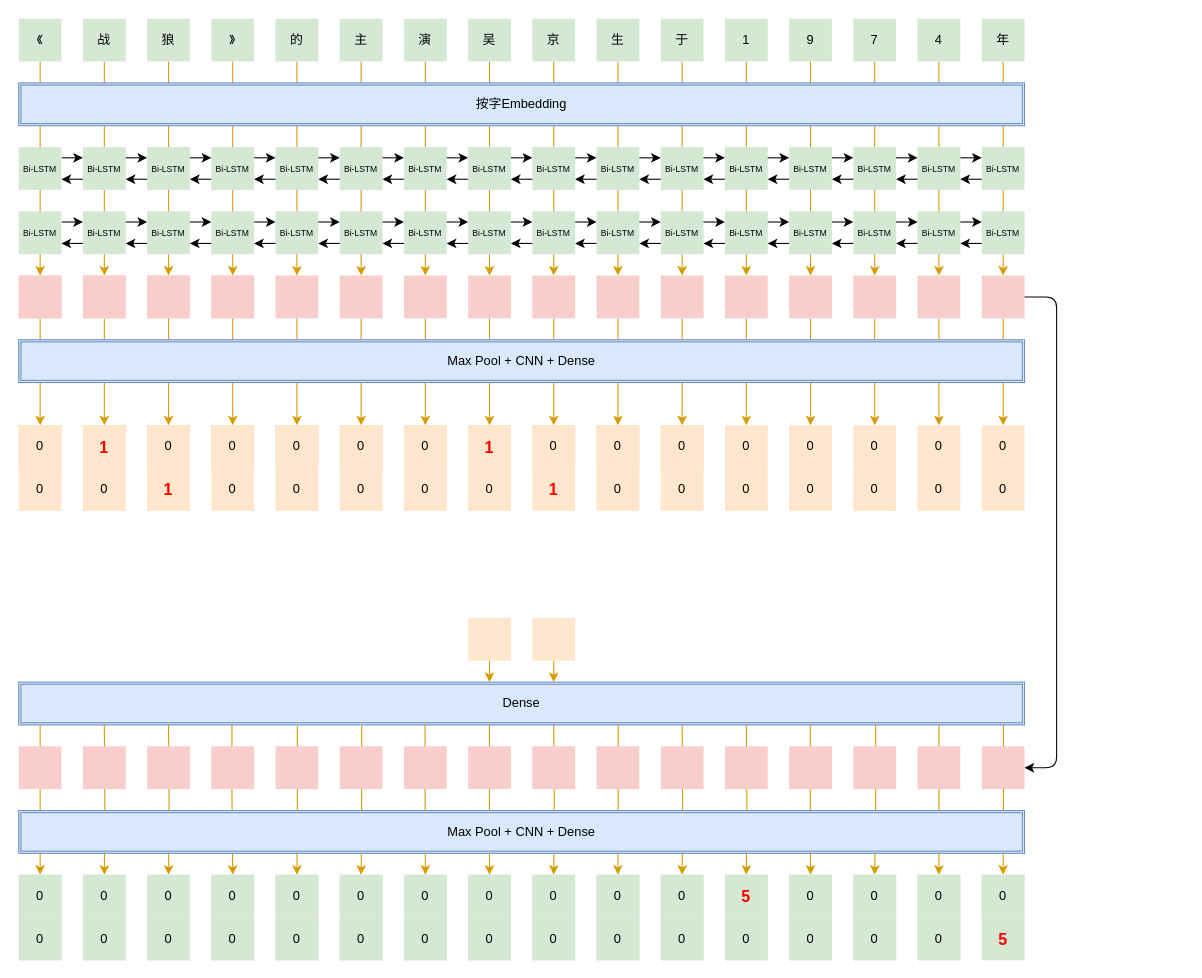
The draw.io diagram 99_resources/11_img/Untitled Diagram.drawio in dataml-cn/playground, before the edit. Source tidied: cells renumbered, new cells numbered last; positions are measured from the earlier drawing's top-left corner, leaving out a move shared by most shapes. Both pictures are drawn from the tidied source at 107%, with x=0, y=0 at pixel (18, 18).
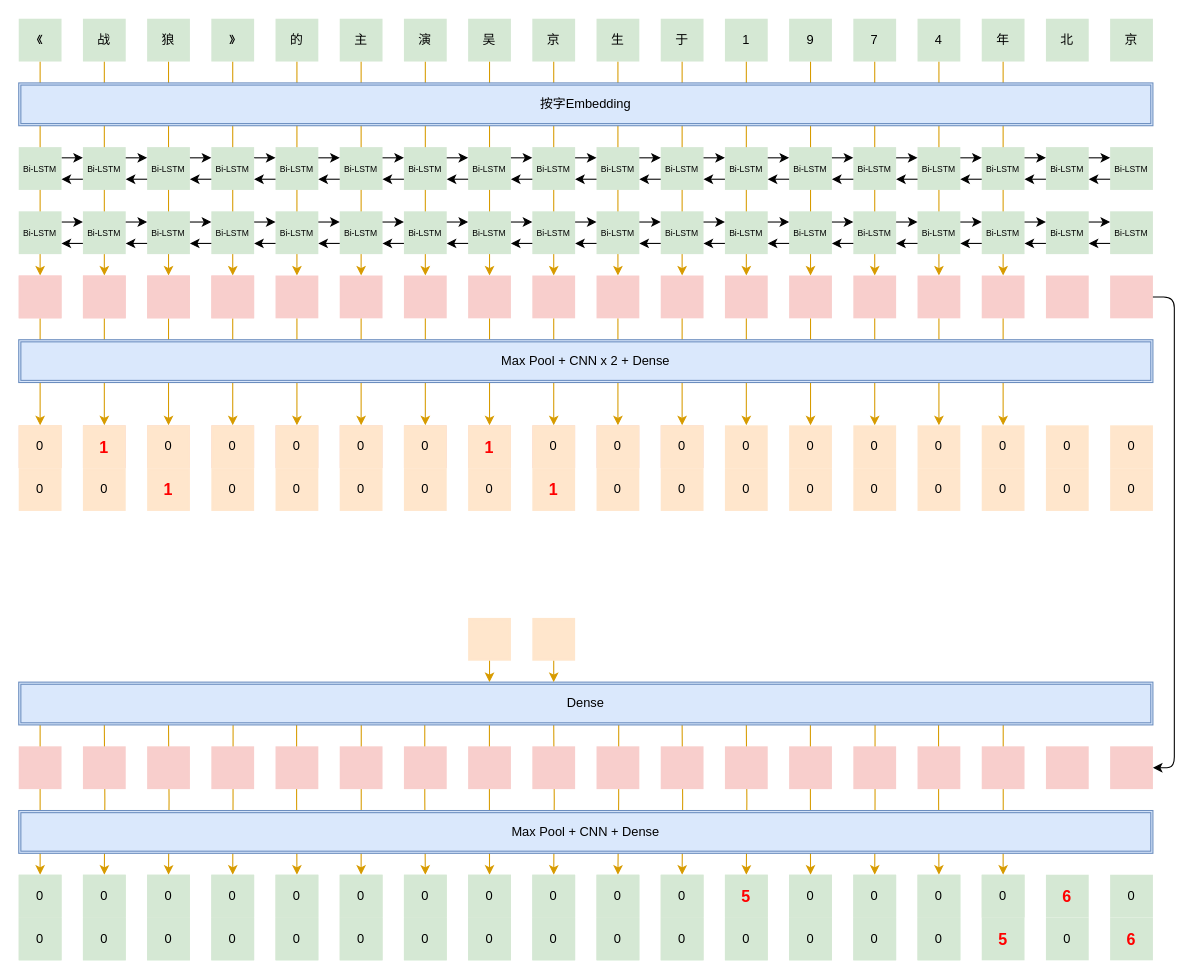
After the change.

The change refers to these unchanged cells:
```xml
<mxCell id="78" value="&lt;span style=&quot;font-size: 8px&quot;&gt;Bi-LSTM&lt;/span&gt;" style="shape=ext;double=1;rounded=0;whiteSpace=wrap;html=1;fillColor=#d5e8d4;strokeColor=none;" parent="1" vertex="1">
  <mxGeometry x="900" y="120" width="40" height="40" as="geometry" />
</mxCell>
<mxCell id="125" value="&lt;span style=&quot;font-size: 8px&quot;&gt;Bi-LSTM&lt;/span&gt;" style="shape=ext;double=1;rounded=0;whiteSpace=wrap;html=1;fillColor=#d5e8d4;strokeColor=none;" parent="1" vertex="1">
  <mxGeometry x="900" y="180" width="40" height="40" as="geometry" />
</mxCell>
<mxCell id="174" style="shape=ext;double=1;rounded=0;whiteSpace=wrap;html=1;fillColor=#f8cecc;strokeColor=none;" parent="1" vertex="1">
  <mxGeometry x="900" y="240" width="40" height="40" as="geometry" />
</mxCell>
<mxCell id="190" style="shape=ext;double=1;rounded=0;whiteSpace=wrap;html=1;fillColor=#f8cecc;strokeColor=none;" parent="1" vertex="1">
  <mxGeometry x="900" y="680" width="40" height="40" as="geometry" />
</mxCell>
<mxCell id="285" value="0" style="shape=ext;double=1;rounded=0;whiteSpace=wrap;html=1;fillColor=#d5e8d4;strokeColor=none;" parent="1" vertex="1">
  <mxGeometry x="180" y="800" width="40" height="40" as="geometry" />
</mxCell>
<mxCell id="287" value="0" style="shape=ext;double=1;rounded=0;whiteSpace=wrap;html=1;fillColor=#d5e8d4;strokeColor=none;" parent="1" vertex="1">
  <mxGeometry x="240" y="800" width="40" height="40" as="geometry" />
</mxCell>
<mxCell id="289" value="0" style="shape=ext;double=1;rounded=0;whiteSpace=wrap;html=1;fillColor=#d5e8d4;strokeColor=none;" parent="1" vertex="1">
  <mxGeometry x="300" y="800" width="40" height="40" as="geometry" />
</mxCell>
<mxCell id="291" value="0" style="shape=ext;double=1;rounded=0;whiteSpace=wrap;html=1;fillColor=#d5e8d4;strokeColor=none;" parent="1" vertex="1">
  <mxGeometry x="360" y="800" width="40" height="40" as="geometry" />
</mxCell>
<mxCell id="293" value="0" style="shape=ext;double=1;rounded=0;whiteSpace=wrap;html=1;fillColor=#d5e8d4;strokeColor=none;" parent="1" vertex="1">
  <mxGeometry x="420" y="800" width="40" height="40" as="geometry" />
</mxCell>
<mxCell id="297" value="0" style="shape=ext;double=1;rounded=0;whiteSpace=wrap;html=1;fillColor=#d5e8d4;strokeColor=none;" parent="1" vertex="1">
  <mxGeometry x="540" y="800" width="40" height="40" as="geometry" />
</mxCell>
<mxCell id="303" value="0" style="shape=ext;double=1;rounded=0;whiteSpace=wrap;html=1;fillColor=#d5e8d4;strokeColor=none;" parent="1" vertex="1">
  <mxGeometry x="720" y="800" width="40" height="40" as="geometry" />
</mxCell>
<mxCell id="305" value="0" style="shape=ext;double=1;rounded=0;whiteSpace=wrap;html=1;fillColor=#d5e8d4;strokeColor=none;" parent="1" vertex="1">
  <mxGeometry x="780" y="800" width="40" height="40" as="geometry" />
</mxCell>
<mxCell id="307" value="0" style="shape=ext;double=1;rounded=0;whiteSpace=wrap;html=1;fillColor=#d5e8d4;strokeColor=none;" parent="1" vertex="1">
  <mxGeometry x="840" y="800" width="40" height="40" as="geometry" />
</mxCell>
<mxCell id="309" value="0" style="shape=ext;double=1;rounded=0;whiteSpace=wrap;html=1;fillColor=#d5e8d4;strokeColor=none;" parent="1" vertex="1">
  <mxGeometry x="900" y="800" width="40" height="40" as="geometry" />
</mxCell>
```

What changed in the source:
```diff
@@
-    <mxCell id="3" style="edgeStyle=orthogonalEdgeStyle;rounded=0;jettySize=auto;html=1;fillColor=#ffe6cc;strokeColor=#d79b00;exitX=0.596;exitY=1;exitDx=0;exitDy=0;exitPerimeter=0;" parent="1" edge="1" source="243" target="297">
+    <mxCell id="3" style="edgeStyle=orthogonalEdgeStyle;rounded=0;jettySize=auto;html=1;fillColor=#ffe6cc;strokeColor=#d79b00;exitX=0.529;exitY=0.995;exitDx=0;exitDy=0;exitPerimeter=0;" parent="1" edge="1" source="243" target="297">
       <mxGeometry relative="1" as="geometry" />
     </mxCell>
@@
-    <mxCell id="6" style="edgeStyle=orthogonalEdgeStyle;rounded=0;jettySize=auto;html=1;fillColor=#ffe6cc;strokeColor=#d79b00;exitX=0.787;exitY=1;exitDx=0;exitDy=0;exitPerimeter=0;" parent="1" edge="1" source="243" target="303">
+    <mxCell id="6" style="edgeStyle=orthogonalEdgeStyle;rounded=0;jettySize=auto;html=1;fillColor=#ffe6cc;strokeColor=#d79b00;exitX=0.698;exitY=1;exitDx=0;exitDy=0;exitPerimeter=0;" parent="1" edge="1" source="243" target="303">
       <mxGeometry relative="1" as="geometry" />
     </mxCell>
-    <mxCell id="7" style="edgeStyle=orthogonalEdgeStyle;rounded=0;jettySize=auto;html=1;fillColor=#ffe6cc;strokeColor=#d79b00;entryX=0.5;entryY=0;entryDx=0;entryDy=0;exitX=0.852;exitY=0.996;exitDx=0;exitDy=0;exitPerimeter=0;" parent="1" edge="1" source="243" target="305">
+    <mxCell id="7" style="edgeStyle=orthogonalEdgeStyle;rounded=0;jettySize=auto;html=1;fillColor=#ffe6cc;strokeColor=#d79b00;entryX=0.5;entryY=0;entryDx=0;entryDy=0;exitX=0.755;exitY=0.996;exitDx=0;exitDy=0;exitPerimeter=0;" parent="1" edge="1" source="243" target="305">
       <mxGeometry relative="1" as="geometry" />
     </mxCell>
-    <mxCell id="8" style="edgeStyle=orthogonalEdgeStyle;rounded=0;jettySize=auto;html=1;fillColor=#ffe6cc;strokeColor=#d79b00;entryX=0.5;entryY=0;entryDx=0;entryDy=0;exitX=0.915;exitY=0.996;exitDx=0;exitDy=0;exitPerimeter=0;" parent="1" edge="1" source="243" target="307">
+    <mxCell id="8" style="edgeStyle=orthogonalEdgeStyle;rounded=0;jettySize=auto;html=1;fillColor=#ffe6cc;strokeColor=#d79b00;entryX=0.5;entryY=0;entryDx=0;entryDy=0;exitX=0.811;exitY=0.996;exitDx=0;exitDy=0;exitPerimeter=0;" parent="1" edge="1" source="243" target="307">
       <mxGeometry relative="1" as="geometry" />
     </mxCell>
-    <mxCell id="9" style="edgeStyle=orthogonalEdgeStyle;rounded=0;jettySize=auto;html=1;fillColor=#ffe6cc;strokeColor=#d79b00;entryX=0.5;entryY=0;entryDx=0;entryDy=0;exitX=0.979;exitY=0.996;exitDx=0;exitDy=0;exitPerimeter=0;" parent="1" edge="1" source="243" target="309">
+    <mxCell id="9" style="edgeStyle=orthogonalEdgeStyle;rounded=0;jettySize=auto;html=1;fillColor=#ffe6cc;strokeColor=#d79b00;entryX=0.5;entryY=0;entryDx=0;entryDy=0;exitX=0.868;exitY=1;exitDx=0;exitDy=0;exitPerimeter=0;" parent="1" edge="1" source="243" target="309">
       <mxGeometry relative="1" as="geometry" />
     </mxCell>
@@
-    <mxCell id="13" style="edgeStyle=orthogonalEdgeStyle;rounded=0;jettySize=auto;html=1;fillColor=#ffe6cc;strokeColor=#d79b00;entryX=0.5;entryY=0;entryDx=0;entryDy=0;exitX=0.212;exitY=0.975;exitDx=0;exitDy=0;exitPerimeter=0;" parent="1" edge="1" source="243" target="285">
+    <mxCell id="13" style="edgeStyle=orthogonalEdgeStyle;rounded=0;jettySize=auto;html=1;fillColor=#ffe6cc;strokeColor=#d79b00;entryX=0.5;entryY=0;entryDx=0;entryDy=0;exitX=0.189;exitY=0.995;exitDx=0;exitDy=0;exitPerimeter=0;" parent="1" edge="1" source="243" target="285">
       <mxGeometry relative="1" as="geometry" />
     </mxCell>
-    <mxCell id="14" style="edgeStyle=orthogonalEdgeStyle;rounded=0;jettySize=auto;html=1;fillColor=#ffe6cc;strokeColor=#d79b00;exitX=0.277;exitY=1.017;exitDx=0;exitDy=0;exitPerimeter=0;" parent="1" edge="1" source="243" target="287">
+    <mxCell id="14" style="edgeStyle=orthogonalEdgeStyle;rounded=0;jettySize=auto;html=1;fillColor=#ffe6cc;strokeColor=#d79b00;exitX=0.245;exitY=0.995;exitDx=0;exitDy=0;exitPerimeter=0;" parent="1" edge="1" source="243" target="287">
       <mxGeometry relative="1" as="geometry" />
     </mxCell>
-    <mxCell id="15" style="edgeStyle=orthogonalEdgeStyle;rounded=0;jettySize=auto;html=1;fillColor=#ffe6cc;strokeColor=#d79b00;exitX=0.341;exitY=1.017;exitDx=0;exitDy=0;exitPerimeter=0;" parent="1" edge="1" source="243" target="289">
+    <mxCell id="15" style="edgeStyle=orthogonalEdgeStyle;rounded=0;jettySize=auto;html=1;fillColor=#ffe6cc;strokeColor=#d79b00;exitX=0.302;exitY=1.001;exitDx=0;exitDy=0;exitPerimeter=0;" parent="1" edge="1" source="243" target="289">
       <mxGeometry relative="1" as="geometry" />
     </mxCell>
-    <mxCell id="16" style="edgeStyle=orthogonalEdgeStyle;rounded=0;jettySize=auto;html=1;fillColor=#ffe6cc;strokeColor=#d79b00;entryX=0.5;entryY=0;entryDx=0;entryDy=0;exitX=0.404;exitY=1;exitDx=0;exitDy=0;exitPerimeter=0;" parent="1" edge="1" source="243" target="291">
+    <mxCell id="16" style="edgeStyle=orthogonalEdgeStyle;rounded=0;jettySize=auto;html=1;fillColor=#ffe6cc;strokeColor=#d79b00;entryX=0.5;entryY=0;entryDx=0;entryDy=0;exitX=0.358;exitY=0.995;exitDx=0;exitDy=0;exitPerimeter=0;" parent="1" edge="1" source="243" target="291">
       <mxGeometry relative="1" as="geometry" />
     </mxCell>
-    <mxCell id="17" style="edgeStyle=orthogonalEdgeStyle;rounded=0;jettySize=auto;html=1;fillColor=#ffe6cc;strokeColor=#d79b00;entryX=0.5;entryY=0;entryDx=0;entryDy=0;exitX=0.468;exitY=0.996;exitDx=0;exitDy=0;exitPerimeter=0;" parent="1" edge="1" source="243" target="293">
+    <mxCell id="17" style="edgeStyle=orthogonalEdgeStyle;rounded=0;jettySize=auto;html=1;fillColor=#ffe6cc;strokeColor=#d79b00;entryX=0.5;entryY=0;entryDx=0;entryDy=0;exitX=0.415;exitY=1.001;exitDx=0;exitDy=0;exitPerimeter=0;" parent="1" edge="1" source="243" target="293">
       <mxGeometry relative="1" as="geometry" />
     </mxCell>
@@
     <mxCell id="79" value="按字Embedding" style="shape=ext;double=1;rounded=0;whiteSpace=wrap;html=1;fillColor=#dae8fc;strokeColor=#6c8ebf;perimeterSpacing=0;shadow=0;glass=0;sketch=0;" parent="1" vertex="1">
-      <mxGeometry y="60" width="940" height="40" as="geometry" />
+      <mxGeometry y="60" width="1060" height="40" as="geometry" />
     </mxCell>
@@
-    <mxCell id="159" value="Max Pool + CNN + Dense" style="shape=ext;double=1;rounded=0;whiteSpace=wrap;html=1;fillColor=#dae8fc;strokeColor=#6c8ebf;perimeterSpacing=0;shadow=0;glass=0;sketch=0;" parent="1" vertex="1">
-      <mxGeometry y="300" width="940" height="40" as="geometry" />
+    <mxCell id="159" value="Max Pool + CNN x 2 + Dense" style="shape=ext;double=1;rounded=0;whiteSpace=wrap;html=1;fillColor=#dae8fc;strokeColor=#6c8ebf;perimeterSpacing=0;shadow=0;glass=0;sketch=0;" parent="1" vertex="1">
+      <mxGeometry y="300" width="1060" height="40" as="geometry" />
     </mxCell>
@@
-    <mxCell id="240" style="endArrow=classic;html=1;exitX=1;exitY=0.5;exitDx=0;exitDy=0;entryX=1;entryY=0.5;entryDx=0;entryDy=0;" parent="1" edge="1" source="174" target="190">
-      <mxGeometry relative="1" as="geometry">
-        <Array as="points">
-          <mxPoint x="970" y="260" />
-          <mxPoint x="970" y="450" />
-          <mxPoint x="970" y="700" />
-        </Array>
-      </mxGeometry>
-    </mxCell>
@@
     <mxCell id="243" value="Dense" style="shape=ext;double=1;rounded=0;whiteSpace=wrap;html=1;fillColor=#dae8fc;strokeColor=#6c8ebf;perimeterSpacing=0;shadow=0;glass=0;sketch=0;" parent="1" vertex="1">
-      <mxGeometry y="620" width="940" height="40" as="geometry" />
+      <mxGeometry y="620" width="1060" height="40" as="geometry" />
     </mxCell>
@@
     <mxCell id="246" value="Max Pool + CNN + Dense" style="shape=ext;double=1;rounded=0;whiteSpace=wrap;html=1;fillColor=#dae8fc;strokeColor=#6c8ebf;perimeterSpacing=0;shadow=0;glass=0;sketch=0;" parent="1" vertex="1">
-      <mxGeometry y="740" width="940" height="40" as="geometry" />
+      <mxGeometry y="740" width="1060" height="40" as="geometry" />
     </mxCell>
@@
+    <mxCell id="310" value="北" style="shape=ext;double=1;rounded=0;whiteSpace=wrap;html=1;fillColor=#d5e8d4;strokeColor=none;" parent="1" vertex="1">
+      <mxGeometry x="960" width="40" height="40" as="geometry" />
+    </mxCell>
+    <mxCell id="311" value="京" style="shape=ext;double=1;rounded=0;whiteSpace=wrap;html=1;fillColor=#d5e8d4;strokeColor=none;" parent="1" vertex="1">
+      <mxGeometry x="1020" width="40" height="40" as="geometry" />
+    </mxCell>
+    <mxCell id="312" value="&lt;span style=&quot;font-size: 8px&quot;&gt;Bi-LSTM&lt;/span&gt;" style="shape=ext;double=1;rounded=0;whiteSpace=wrap;html=1;fillColor=#d5e8d4;strokeColor=none;" parent="1" vertex="1">
+      <mxGeometry x="960" y="120" width="40" height="40" as="geometry" />
+    </mxCell>
+    <mxCell id="313" value="&lt;span style=&quot;font-size: 8px&quot;&gt;Bi-LSTM&lt;/span&gt;" style="shape=ext;double=1;rounded=0;whiteSpace=wrap;html=1;fillColor=#d5e8d4;strokeColor=none;" parent="1" vertex="1">
+      <mxGeometry x="1020" y="120" width="40" height="40" as="geometry" />
+    </mxCell>
+    <mxCell id="314" style="endArrow=classic;html=1;exitX=1;exitY=0.25;exitDx=0;exitDy=0;entryX=0;entryY=0.25;entryDx=0;entryDy=0;" parent="1" edge="1" source="78" target="312">
+      <mxGeometry relative="1" as="geometry" />
+    </mxCell>
+    <mxCell id="315" style="endArrow=classic;html=1;exitX=1;exitY=0.25;exitDx=0;exitDy=0;entryX=0;entryY=0.25;entryDx=0;entryDy=0;" parent="1" edge="1" source="312" target="313">
+      <mxGeometry relative="1" as="geometry" />
+    </mxCell>
+    <mxCell id="316" style="endArrow=classic;html=1;exitX=0;exitY=0.75;exitDx=0;exitDy=0;" parent="1" edge="1" source="312">
+      <mxGeometry relative="1" as="geometry">
+        <mxPoint x="940" y="150" as="targetPoint" />
+      </mxGeometry>
+    </mxCell>
+    <mxCell id="317" style="endArrow=classic;html=1;exitX=0;exitY=0.75;exitDx=0;exitDy=0;entryX=1;entryY=0.75;entryDx=0;entryDy=0;" parent="1" edge="1" source="313" target="312">
+      <mxGeometry relative="1" as="geometry" />
+    </mxCell>
+    <mxCell id="318" value="&lt;span style=&quot;font-size: 8px&quot;&gt;Bi-LSTM&lt;/span&gt;" style="shape=ext;double=1;rounded=0;whiteSpace=wrap;html=1;fillColor=#d5e8d4;strokeColor=none;" parent="1" vertex="1">
+      <mxGeometry x="960" y="180" width="40" height="40" as="geometry" />
+    </mxCell>
+    <mxCell id="319" value="&lt;span style=&quot;font-size: 8px&quot;&gt;Bi-LSTM&lt;/span&gt;" style="shape=ext;double=1;rounded=0;whiteSpace=wrap;html=1;fillColor=#d5e8d4;strokeColor=none;" parent="1" vertex="1">
+      <mxGeometry x="1020" y="180" width="40" height="40" as="geometry" />
+    </mxCell>
+    <mxCell id="320" style="endArrow=classic;html=1;exitX=1;exitY=0.25;exitDx=0;exitDy=0;entryX=0;entryY=0.25;entryDx=0;entryDy=0;" parent="1" edge="1" source="125" target="318">
+      <mxGeometry relative="1" as="geometry" />
+    </mxCell>
+    <mxCell id="321" style="endArrow=classic;html=1;exitX=1;exitY=0.25;exitDx=0;exitDy=0;entryX=0;entryY=0.25;entryDx=0;entryDy=0;" parent="1" edge="1" source="318" target="319">
+      <mxGeometry relative="1" as="geometry" />
+    </mxCell>
+    <mxCell id="322" style="endArrow=classic;html=1;exitX=0;exitY=0.75;exitDx=0;exitDy=0;entryX=1;entryY=0.75;entryDx=0;entryDy=0;" parent="1" edge="1" source="319" target="318">
+      <mxGeometry relative="1" as="geometry" />
+    </mxCell>
+    <mxCell id="323" style="endArrow=classic;html=1;exitX=0;exitY=0.75;exitDx=0;exitDy=0;entryX=1;entryY=0.75;entryDx=0;entryDy=0;" parent="1" edge="1" source="318" target="125">
+      <mxGeometry relative="1" as="geometry" />
+    </mxCell>
+    <mxCell id="324" style="shape=ext;double=1;rounded=0;whiteSpace=wrap;html=1;fillColor=#f8cecc;strokeColor=none;" parent="1" vertex="1">
+      <mxGeometry x="960" y="240" width="40" height="40" as="geometry" />
+    </mxCell>
+    <mxCell id="325" style="shape=ext;double=1;rounded=0;whiteSpace=wrap;html=1;fillColor=#f8cecc;strokeColor=none;" parent="1" vertex="1">
+      <mxGeometry x="1020" y="240" width="40" height="40" as="geometry" />
+    </mxCell>
+    <mxCell id="326" value="0" style="shape=ext;double=1;rounded=0;whiteSpace=wrap;html=1;fillColor=#ffe6cc;strokeColor=none;" parent="1" vertex="1">
+      <mxGeometry x="960" y="380" width="40" height="40" as="geometry" />
+    </mxCell>
+    <mxCell id="327" value="0" style="shape=ext;double=1;rounded=0;whiteSpace=wrap;html=1;fillColor=#ffe6cc;strokeColor=none;" parent="1" vertex="1">
+      <mxGeometry x="960" y="420" width="40" height="40" as="geometry" />
+    </mxCell>
+    <mxCell id="328" value="0" style="shape=ext;double=1;rounded=0;whiteSpace=wrap;html=1;fillColor=#ffe6cc;strokeColor=none;" parent="1" vertex="1">
+      <mxGeometry x="1020" y="380" width="40" height="40" as="geometry" />
+    </mxCell>
+    <mxCell id="329" value="0" style="shape=ext;double=1;rounded=0;whiteSpace=wrap;html=1;fillColor=#ffe6cc;strokeColor=none;" parent="1" vertex="1">
+      <mxGeometry x="1020" y="420" width="40" height="40" as="geometry" />
+    </mxCell>
+    <mxCell id="330" style="shape=ext;double=1;rounded=0;whiteSpace=wrap;html=1;fillColor=#f8cecc;strokeColor=none;" parent="1" vertex="1">
+      <mxGeometry x="960" y="680" width="40" height="40" as="geometry" />
+    </mxCell>
+    <mxCell id="331" style="shape=ext;double=1;rounded=0;whiteSpace=wrap;html=1;fillColor=#f8cecc;strokeColor=none;" parent="1" vertex="1">
+      <mxGeometry x="1020" y="680" width="40" height="40" as="geometry" />
+    </mxCell>
+    <mxCell id="332" style="endArrow=classic;html=1;exitX=1;exitY=0.5;exitDx=0;exitDy=0;entryX=1;entryY=0.5;entryDx=0;entryDy=0;" parent="1" edge="1" source="325" target="331">
+      <mxGeometry relative="1" as="geometry">
+        <Array as="points">
+          <mxPoint x="1080" y="260" />
+          <mxPoint x="1080" y="440" />
+          <mxPoint x="1080" y="700" />
+        </Array>
+      </mxGeometry>
+    </mxCell>
+    <mxCell id="333" value="&lt;b&gt;&lt;font style=&quot;font-size: 15px&quot; color=&quot;#ff0000&quot;&gt;6&lt;/font&gt;&lt;/b&gt;" style="shape=ext;double=1;rounded=0;whiteSpace=wrap;html=1;fillColor=#d5e8d4;strokeColor=none;" parent="1" vertex="1">
+      <mxGeometry x="960" y="800" width="40" height="40" as="geometry" />
+    </mxCell>
+    <mxCell id="334" value="0" style="shape=ext;double=1;rounded=0;whiteSpace=wrap;html=1;fillColor=#d5e8d4;strokeColor=none;" parent="1" vertex="1">
+      <mxGeometry x="1020" y="800" width="40" height="40" as="geometry" />
+    </mxCell>
+    <mxCell id="335" value="0" style="shape=ext;double=1;rounded=0;whiteSpace=wrap;html=1;fillColor=#d5e8d4;strokeColor=none;" parent="1" vertex="1">
+      <mxGeometry x="960" y="840" width="40" height="40" as="geometry" />
+    </mxCell>
+    <mxCell id="336" value="&lt;b&gt;&lt;font color=&quot;#ff0000&quot; style=&quot;font-size: 15px&quot;&gt;6&lt;/font&gt;&lt;/b&gt;" style="shape=ext;double=1;rounded=0;whiteSpace=wrap;html=1;fillColor=#d5e8d4;strokeColor=none;" parent="1" vertex="1">
+      <mxGeometry x="1020" y="840" width="40" height="40" as="geometry" />
+    </mxCell>
```
